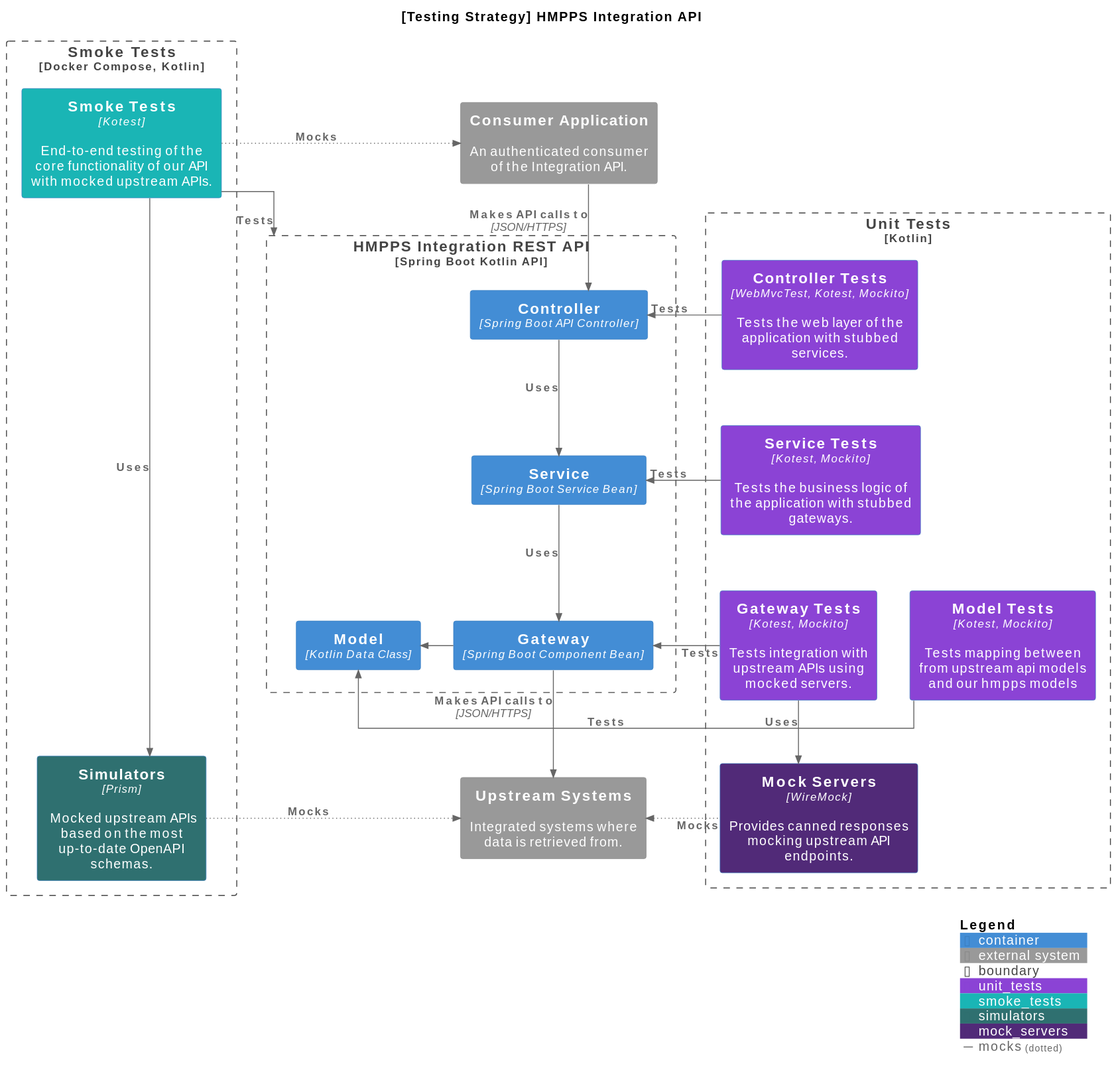
Above: docs/diagrams/testing-strategy.svg in ministryofjustice/hmpps-integration-api (PlantUML), before the change. Source of this version:
```plantuml
@startuml
!include https://raw.githubusercontent.com/plantuml-stdlib/C4-PlantUML/master/C4_Container.puml

skinparam linetype ortho

!global $WHITE = "#FFFFF"
!global $UNIT_TESTS_COLOR = "#8B43D5"
!global $SMOKE_TESTS_COLOR = "#1AB5B5"
!global $SIMULATORS_COLOR = "#2F7070"
!global $MOCK_SERVERS_COLOR = "#512A78"

AddElementTag("unit_tests", $bgColor=$UNIT_TESTS_COLOR, $fontColor=$WHITE)
AddElementTag("smoke_tests", $bgColor=$SMOKE_TESTS_COLOR, $fontColor=$WHITE)
AddElementTag("simulators", $bgColor=$SIMULATORS_COLOR, $fontColor=$WHITE)
AddElementTag("mock_servers", $bgColor=$MOCK_SERVERS_COLOR, $fontColor=$WHITE)

AddRelTag("mocks", $textColor="#666666", $lineColor="#666666", $lineStyle = DottedLine())


title [Testing Strategy] HMPPS Integration API

System_Ext(consumer, "Consumer Application", "An authenticated consumer of the Integration API.")

Boundary(spring_boot_api, "HMPPS Integration REST API", "Spring Boot Kotlin API"){
  Container(controller, "Controller", "Spring Boot API Controller", "")
  Container(service, "Service", "Spring Boot Service Bean", "")
  Container(gateway, "Gateway", "Spring Boot Component Bean", "")
  Container(model, "Model", "Kotlin Data Class", "")
}

Boundary(unit_test_boundary, "Unit Tests", "Kotlin"){
  Container(controller_tests, "Controller Tests", "WebMvcTest, Kotest, Mockito", "Tests the web layer of the application with stubbed services.",$tags="unit_tests")
  Container(service_tests, "Service Tests", "Kotest, Mockito", "Tests the business logic of the application with stubbed gateways.", $tags="unit_tests")
  Container(gateway_tests, "Gateway Tests", "Kotest, Mockito", "Tests integration with upstream APIs using mocked servers.",$tags="unit_tests")
  Container(model_tests, "Model Tests", "Kotest, Mockito", "Tests mapping between from upstream api models and our hmpps models",$tags="unit_tests")
  Container(mock_servers, "Mock Servers", "WireMock", "Provides canned responses mocking upstream API endpoints.", $tags="mock_servers")
}

Boundary(smoke_test_boundary, "Smoke Tests", "Docker Compose, Kotlin"){
  Container(smoke_tests, "Smoke Tests", "Kotest", "End-to-end testing of the core functionality of our API with mocked upstream APIs.", $tags="smoke_tests")
  Container(simulators, "Simulators", "Prism", " Mocked upstream APIs based on the most up-to-date OpenAPI schemas.", $tags="simulators")
}

System_Ext(upstream, "Upstream Systems", "Integrated systems where data is retrieved from.")

Lay_D(controller_tests, service_tests)
Lay_D(service_tests, gateway_tests)
Lay_D(service_tests, model_tests)
Lay_D(consumer, controller)
Lay_Distance(smoke_tests, simulators, 3)

Rel(consumer, controller, "Makes API calls to", "JSON/HTTPS")
Rel_Down(controller, service, "Uses")
Rel_Down(service, gateway, "Uses")
Rel_Down(gateway, upstream, "Makes API calls to", "JSON/HTTPS")
Rel_Left(gateway, model, "")

Rel_Down(smoke_tests, spring_boot_api, "Tests")
Rel_Down(smoke_tests, simulators, "Uses")
Rel_Right(smoke_tests, consumer, "Mocks", $tags="mocks")
Rel_Right(simulators, upstream, "Mocks", $tags="mocks")

Rel_Left(controller_tests, controller, "Tests")
Rel_Left(service_tests, service, "Tests")
Rel_Left(gateway_tests, gateway, "Tests")
Rel_Down(gateway_tests, mock_servers, "Uses")
Rel_Left(model_tests, model, "Tests")
Rel_Left(mock_servers, upstream, "Mocks", $tags="mocks")

SHOW_DYNAMIC_LEGEND()
@enduml
```
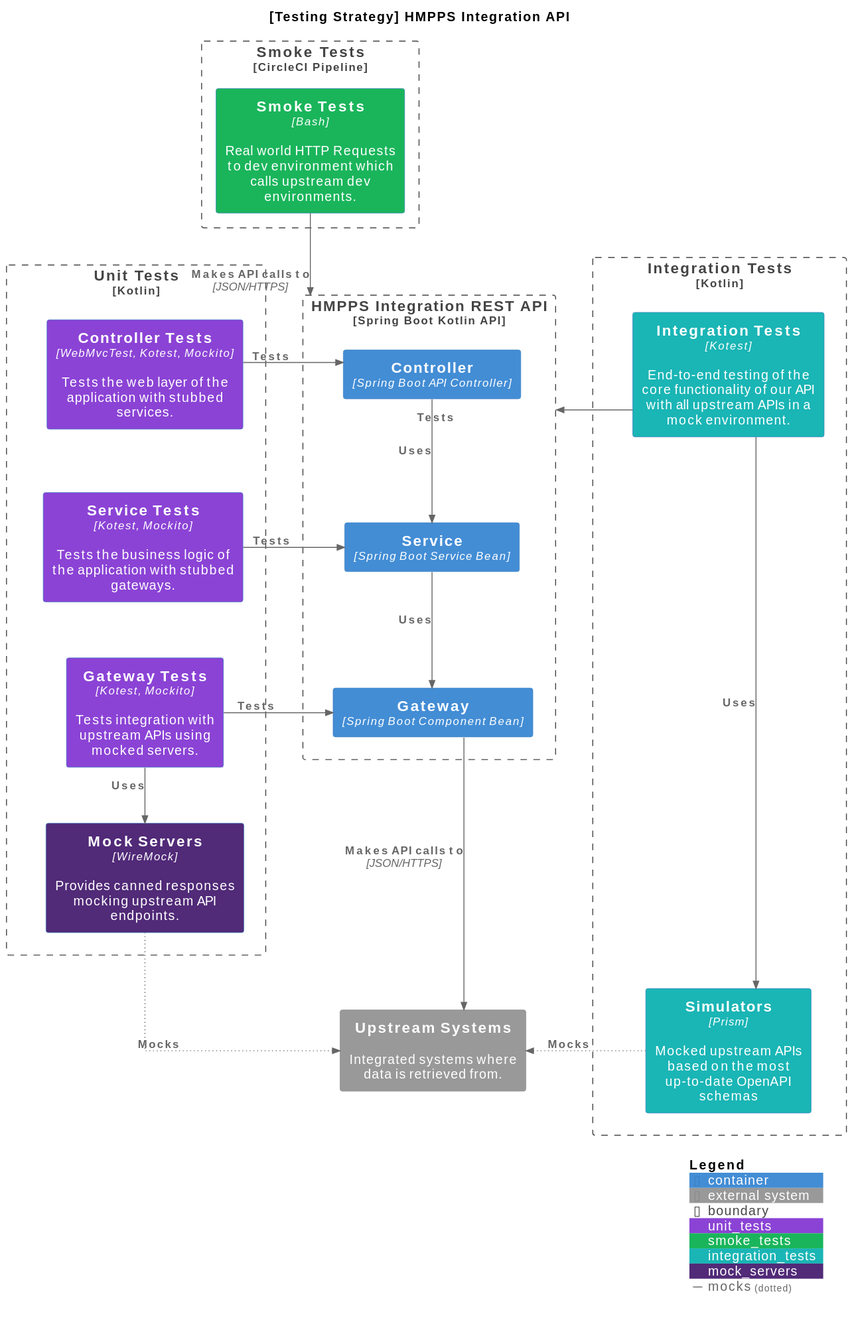
Later version of the same file.

Commit message:
HMAI-434 Update any existing references to smoke tests to talk about the new smoke tests (#829)

The edit, as a diff of the source:
```diff
@@ -5,66 +5,74 @@
 
 !global $WHITE = "#FFFFF"
 !global $UNIT_TESTS_COLOR = "#8B43D5"
-!global $SMOKE_TESTS_COLOR = "#1AB5B5"
+!global $INTEGRATION_TESTS_COLOR = "#1AB5B5"
+!global $SMOKE_TESTS_COLOR = "#1AB55B"
 !global $SIMULATORS_COLOR = "#2F7070"
 !global $MOCK_SERVERS_COLOR = "#512A78"
 
+
+
 AddElementTag("unit_tests", $bgColor=$UNIT_TESTS_COLOR, $fontColor=$WHITE)
 AddElementTag("smoke_tests", $bgColor=$SMOKE_TESTS_COLOR, $fontColor=$WHITE)
+AddElementTag("integration_tests", $bgColor=$INTEGRATION_TESTS_COLOR, $fontColor=$WHITE)
 AddElementTag("simulators", $bgColor=$SIMULATORS_COLOR, $fontColor=$WHITE)
 AddElementTag("mock_servers", $bgColor=$MOCK_SERVERS_COLOR, $fontColor=$WHITE)
+
+
 
 AddRelTag("mocks", $textColor="#666666", $lineColor="#666666", $lineStyle = DottedLine())
 
 
 title [Testing Strategy] HMPPS Integration API
 
-System_Ext(consumer, "Consumer Application", "An authenticated consumer of the Integration API.")
 
 Boundary(spring_boot_api, "HMPPS Integration REST API", "Spring Boot Kotlin API"){
   Container(controller, "Controller", "Spring Boot API Controller", "")
   Container(service, "Service", "Spring Boot Service Bean", "")
   Container(gateway, "Gateway", "Spring Boot Component Bean", "")
-  Container(model, "Model", "Kotlin Data Class", "")
 }
 
 Boundary(unit_test_boundary, "Unit Tests", "Kotlin"){
   Container(controller_tests, "Controller Tests", "WebMvcTest, Kotest, Mockito", "Tests the web layer of the application with stubbed services.",$tags="unit_tests")
   Container(service_tests, "Service Tests", "Kotest, Mockito", "Tests the business logic of the application with stubbed gateways.", $tags="unit_tests")
   Container(gateway_tests, "Gateway Tests", "Kotest, Mockito", "Tests integration with upstream APIs using mocked servers.",$tags="unit_tests")
-  Container(model_tests, "Model Tests", "Kotest, Mockito", "Tests mapping between from upstream api models and our hmpps models",$tags="unit_tests")
   Container(mock_servers, "Mock Servers", "WireMock", "Provides canned responses mocking upstream API endpoints.", $tags="mock_servers")
 }
 
-Boundary(smoke_test_boundary, "Smoke Tests", "Docker Compose, Kotlin"){
-  Container(smoke_tests, "Smoke Tests", "Kotest", "End-to-end testing of the core functionality of our API with mocked upstream APIs.", $tags="smoke_tests")
-  Container(simulators, "Simulators", "Prism", " Mocked upstream APIs based on the most up-to-date OpenAPI schemas.", $tags="simulators")
+Boundary(integration_test_boundary, Integration Tests, Kotlin){
+  Container(integration_tests, "Integration Tests", "Kotest", "End-to-end testing of the core functionality of our API with all upstream APIs in a mock environment.", $tags="integration_tests")
+  Container(simulators, "Simulators", "Prism", "Mocked upstream APIs based on the most up-to-date OpenAPI schemas", $tags="integration_tests")
+}
+
+Boundary(smoke_test_boundary, Smoke Tests, CircleCI Pipeline){
+  Container(smoke_tests, "Smoke Tests", "Bash", "Real world HTTP Requests to dev environment which calls upstream dev environments.", $tags="smoke_tests")
 }
 
 System_Ext(upstream, "Upstream Systems", "Integrated systems where data is retrieved from.")
 
 Lay_D(controller_tests, service_tests)
 Lay_D(service_tests, gateway_tests)
-Lay_D(service_tests, model_tests)
-Lay_D(consumer, controller)
-Lay_Distance(smoke_tests, simulators, 3)
 
-Rel(consumer, controller, "Makes API calls to", "JSON/HTTPS")
+Lay_Distance(integration_tests, simulators, 3)
+Lay_Distance(gateway, upstream, 3)
+
+Lay_L(integration_test_boundary, spring_boot_api)
+Lay_L(integration_test_boundary, unit_test_boundary)
+
+
 Rel_Down(controller, service, "Uses")
 Rel_Down(service, gateway, "Uses")
 Rel_Down(gateway, upstream, "Makes API calls to", "JSON/HTTPS")
-Rel_Left(gateway, model, "")
 
-Rel_Down(smoke_tests, spring_boot_api, "Tests")
-Rel_Down(smoke_tests, simulators, "Uses")
-Rel_Right(smoke_tests, consumer, "Mocks", $tags="mocks")
+Rel_Down(integration_tests, spring_boot_api, "Tests")
+Rel_Down(integration_tests, simulators, "Uses")
 Rel_Right(simulators, upstream, "Mocks", $tags="mocks")
+Rel_Down(smoke_tests, spring_boot_api, "Makes API calls to", "JSON/HTTPS")
 
 Rel_Left(controller_tests, controller, "Tests")
 Rel_Left(service_tests, service, "Tests")
 Rel_Left(gateway_tests, gateway, "Tests")
 Rel_Down(gateway_tests, mock_servers, "Uses")
-Rel_Left(model_tests, model, "Tests")
 Rel_Left(mock_servers, upstream, "Mocks", $tags="mocks")
 
 SHOW_DYNAMIC_LEGEND()
```
